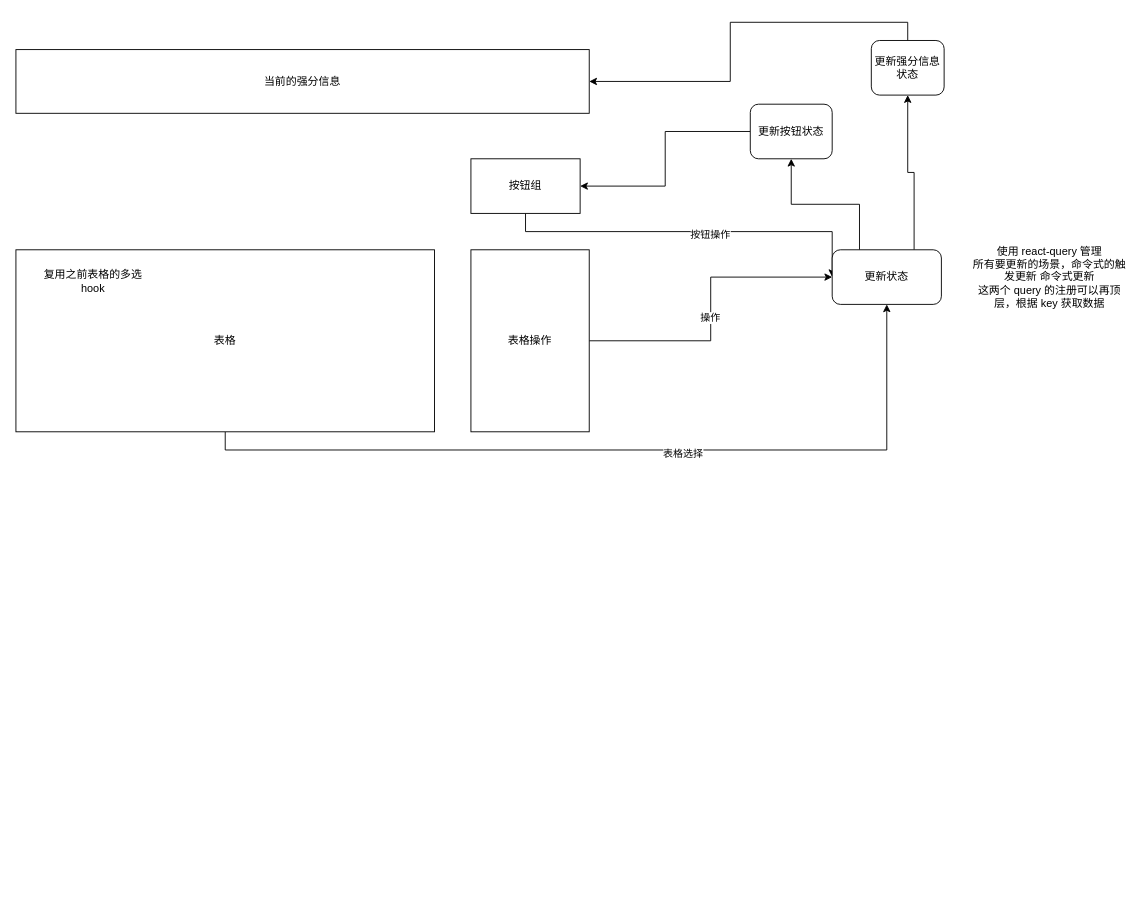
The draw.io diagram 部分校准通过.drawio in SimonTart/draw-files, before the edit. Source tidied: cells renumbered, new cells numbered last; positions are measured from the earlier drawing's top-left corner, leaving out a move shared by most shapes. Both pictures are drawn from the tidied source at 91%, with x=0, y=0 at pixel (15, 40).
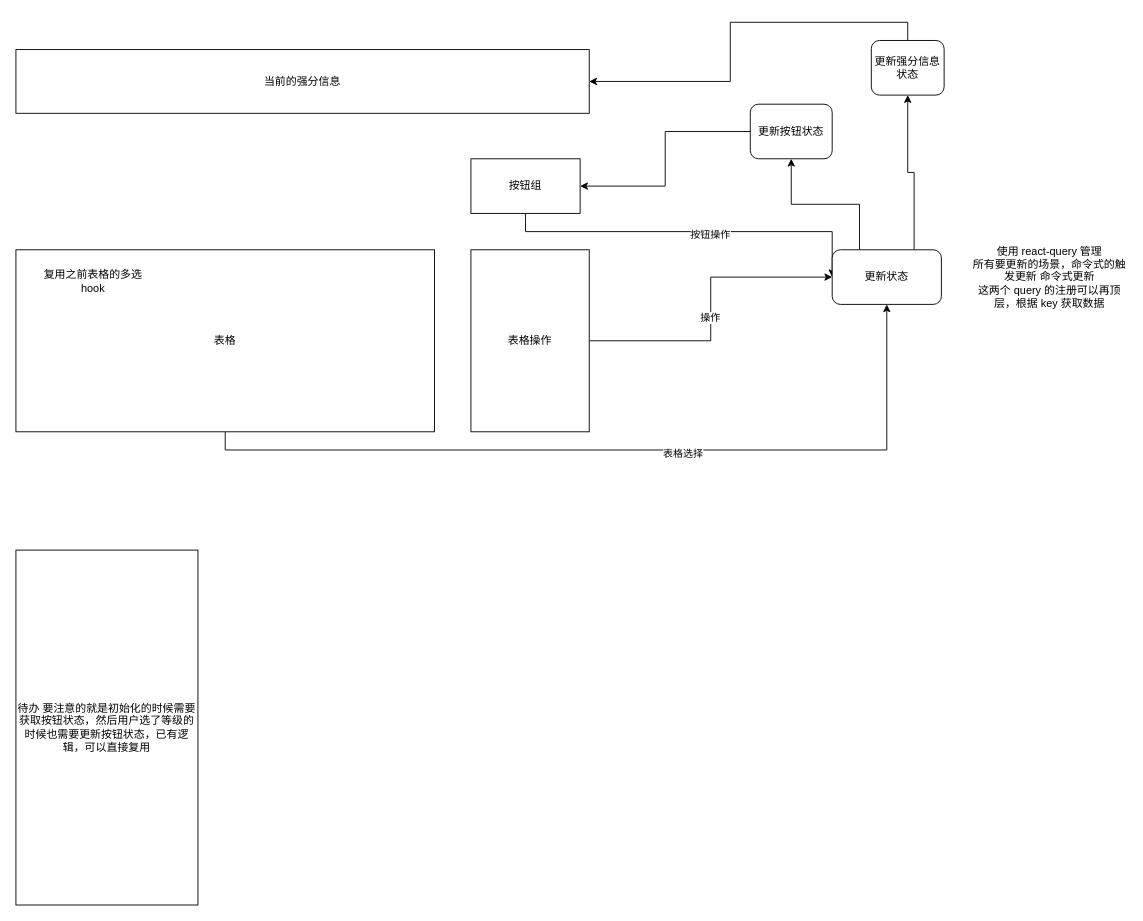
Above is the later version.

Commit message (it also covers changes not shown here):
更新部分校准通过.drawio

Diff of the diagram source:
```diff
@@
+    <mxCell id="21" value="待办 要注意的就是初始化的时候需要获取按钮状态，然后用户选了等级的时候也需要更新按钮状态，已有逻辑，可以直接复用" style="rounded=0;whiteSpace=wrap;html=1;" parent="1" vertex="1">
+      <mxGeometry y="560" width="200" height="390" as="geometry" />
+    </mxCell>
```
